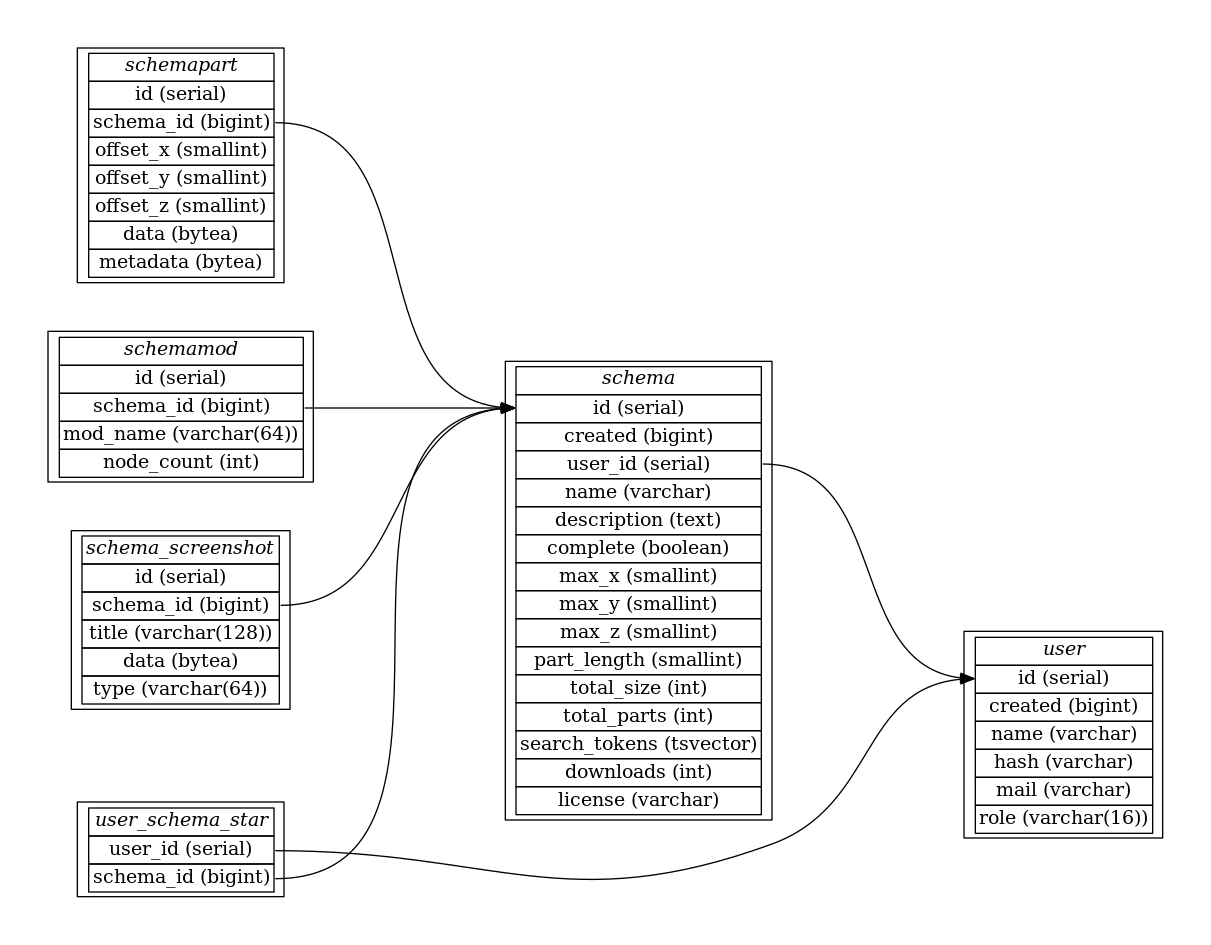
Above: doc/database.png in blockexchange/blockexchange_server (Graphviz), before the change. Its source is kept beside it as doc/database.dot.
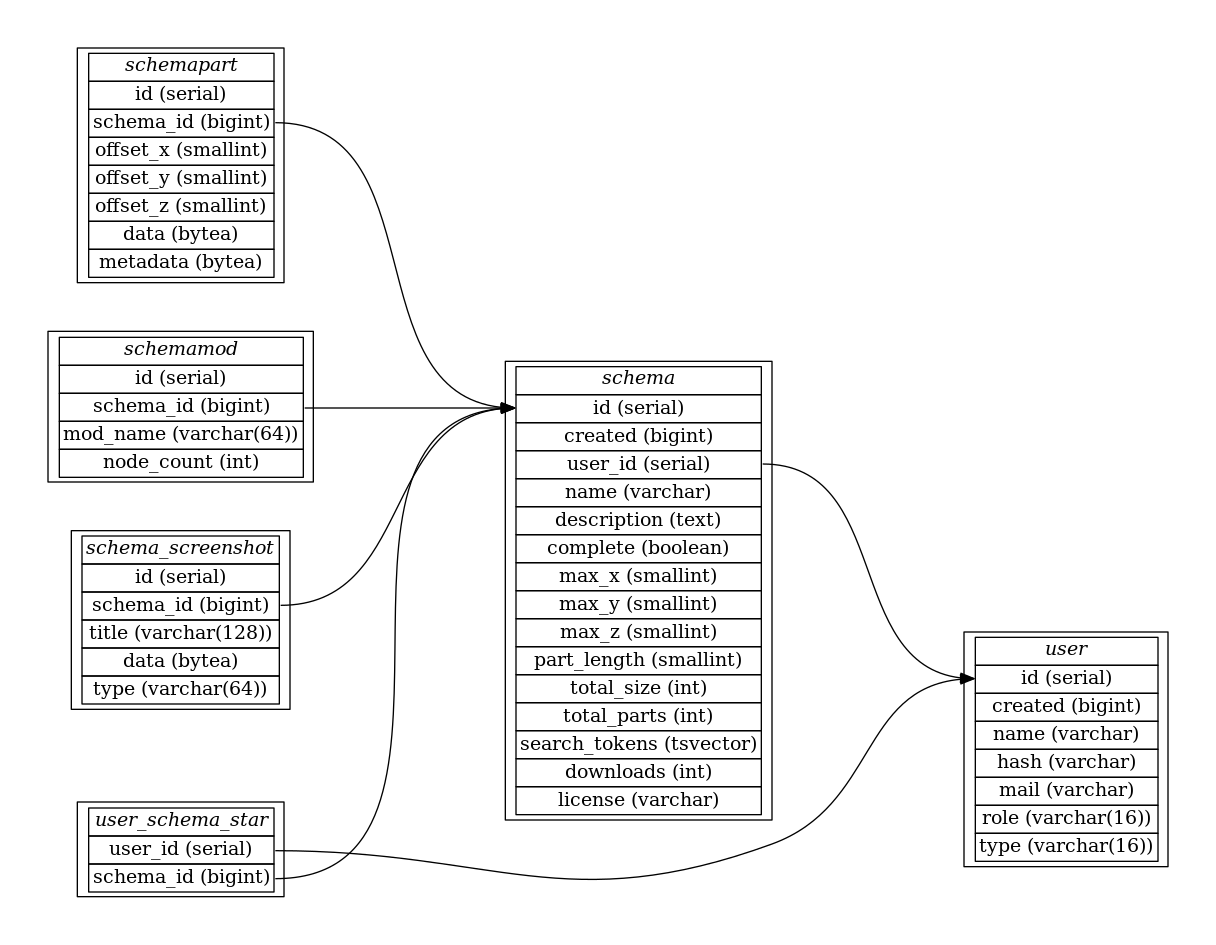
After the commit.

The edit, as a diff of the source:
```diff
@@ -11,7 +11,8 @@
   <tr><td port="3">name (varchar)</td></tr>
   <tr><td port="4">hash (varchar)</td></tr>
   <tr><td port="5">mail (varchar)</td></tr>
-  <tr><td port="5a">role (varchar(16))</td></tr>
+	<tr><td port="5a">role (varchar(16))</td></tr>
+	<tr><td port="5b">type (varchar(16))</td></tr>
 </table>>];
 
 
```
